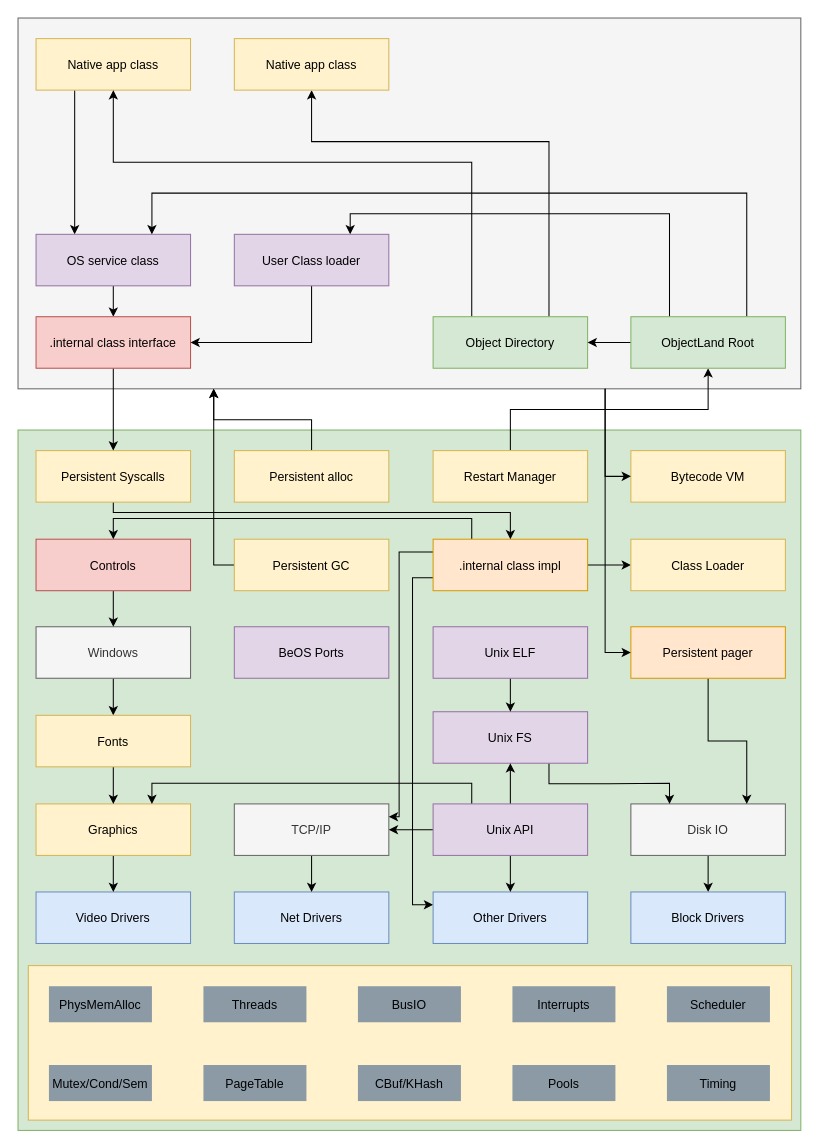
dzavalishin/phantomuserland keeps this draw.io diagram as doc/diagrams/PhantomComponents.drawio. Above is the earlier version. Source tidied: cells renumbered, new cells numbered last; positions are measured from the earlier drawing's top-left corner, leaving out a move shared by most shapes. Both pictures are drawn from the tidied source at 103%, with x=0, y=0 at pixel (18, 18).
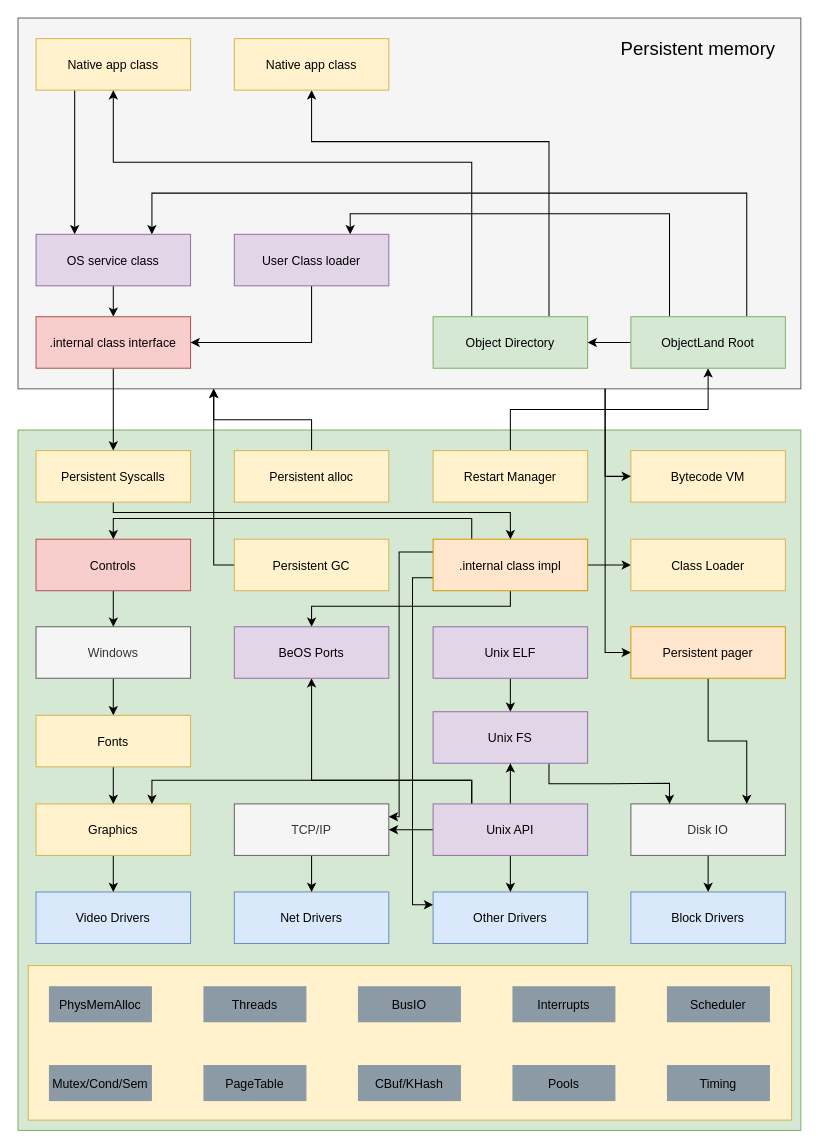
After the change.

Unchanged cells that the change refers to:
```xml
<mxCell id="22" value="Graphics" style="fillColor=#fff2cc;strokeColor=#d6b656;imageHeight=24;imageWidth=120;" parent="1" vertex="1">
  <mxGeometry x="17.5" y="763" width="150" height="50" as="geometry" />
</mxCell>
<mxCell id="32" value=".internal class impl" style="fillColor=#ffe6cc;strokeColor=#d79b00;imageHeight=24;imageWidth=120;" parent="1" vertex="1">
  <mxGeometry x="403" y="506" width="150" height="50" as="geometry" />
</mxCell>
<mxCell id="40" value="Unix API" style="fillColor=#e1d5e7;strokeColor=#9673a6;imageHeight=24;imageWidth=120;" parent="1" vertex="1">
  <mxGeometry x="403" y="763" width="150" height="50" as="geometry" />
</mxCell>
<mxCell id="43" value="BeOS Ports" style="fillColor=#e1d5e7;strokeColor=#9673a6;imageHeight=24;imageWidth=120;" parent="1" vertex="1">
  <mxGeometry x="210" y="591" width="150" height="50" as="geometry" />
</mxCell>
```

Change to the diagram source:
```diff
@@
+    <mxCell id="76" style="edgeStyle=orthogonalEdgeStyle;rounded=0;jettySize=auto;html=1;exitX=0.5;exitY=1;exitDx=0;exitDy=0;entryX=0.5;entryY=0;entryDx=0;entryDy=0;fontSize=18;" parent="1" edge="1" source="32" target="43">
+      <mxGeometry relative="1" as="geometry">
+        <Array as="points">
+          <mxPoint x="478" y="571" />
+          <mxPoint x="285" y="571" />
+        </Array>
+      </mxGeometry>
+    </mxCell>
@@
     <mxCell id="39" style="edgeStyle=orthogonalEdgeStyle;rounded=0;jettySize=auto;html=1;exitX=0.25;exitY=0;exitDx=0;exitDy=0;entryX=0.75;entryY=0;entryDx=0;entryDy=0;" parent="1" edge="1" source="40" target="22">
-      <mxGeometry relative="1" as="geometry" />
+      <mxGeometry relative="1" as="geometry">
+        <Array as="points">
+          <mxPoint x="441" y="740" />
+          <mxPoint x="130" y="740" />
+        </Array>
+      </mxGeometry>
     </mxCell>
+    <mxCell id="77" style="edgeStyle=orthogonalEdgeStyle;rounded=0;jettySize=auto;html=1;exitX=0.25;exitY=0;exitDx=0;exitDy=0;fontSize=18;" parent="1" edge="1" source="40" target="43">
+      <mxGeometry relative="1" as="geometry">
+        <Array as="points">
+          <mxPoint x="441" y="740" />
+          <mxPoint x="285" y="740" />
+        </Array>
+      </mxGeometry>
+    </mxCell>
@@
+    <mxCell id="78" value="Persistent memory" style="text;html=1;align=center;verticalAlign=middle;fillColor=none;strokeColor=none;rounded=0;fontSize=18;" parent="1" vertex="1">
+      <mxGeometry x="600" y="20" width="120" height="20" as="geometry" />
+    </mxCell>
```
